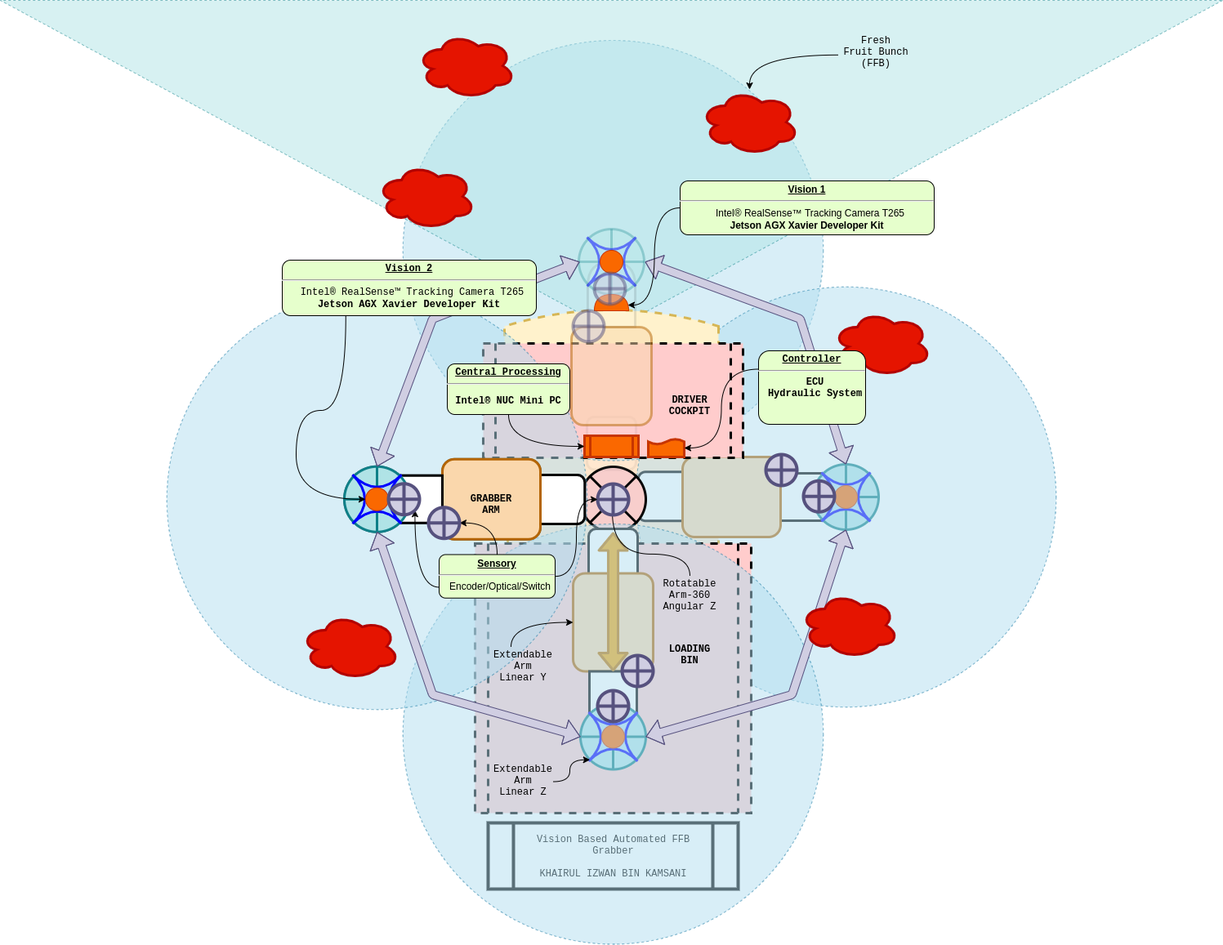
The draw.io diagram etc/AutomatedGrabber.png in KhairulIzwan/UPM-SDPR, before a commit. Source tidied: cells renumbered, new cells last; positions are measured from the earlier drawing's top-left corner, leaving out a move shared by most shapes.
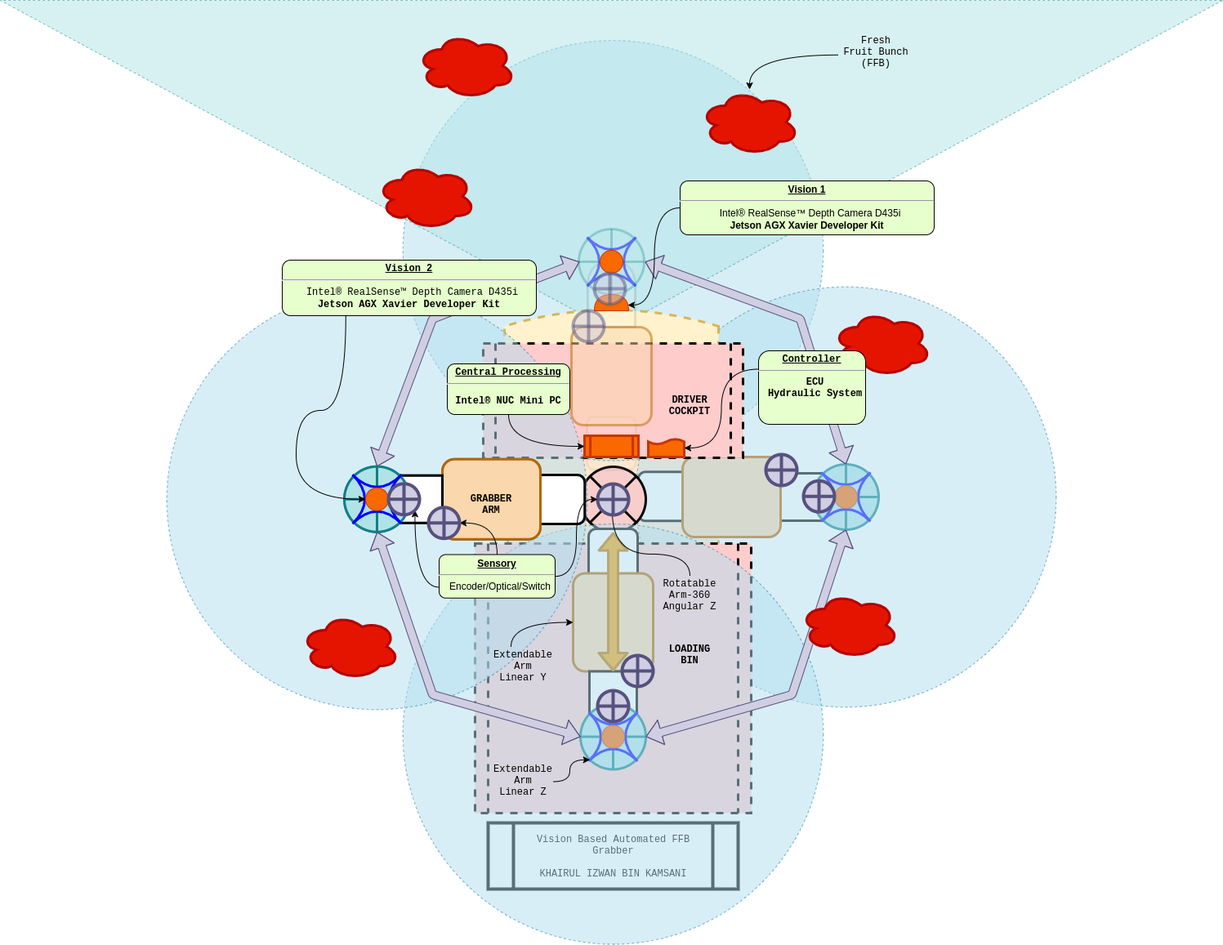
The same diagram one commit later.

The edit, as a diff of the source:
```diff
@@ -265,7 +265,7 @@
     <mxCell id="82" style="edgeStyle=orthogonalEdgeStyle;curved=1;jettySize=auto;html=1;exitX=0;exitY=0.5;exitDx=0;exitDy=0;entryX=0.35;entryY=0.976;entryDx=0;entryDy=0;entryPerimeter=0;strokeColor=#000000;strokeWidth=1;" parent="1" edge="1" source="83" target="59">
       <mxGeometry relative="1" as="geometry" />
     </mxCell>
-    <mxCell id="83" value="&lt;p style=&quot;margin: 0px ; margin-top: 4px ; text-align: center ; text-decoration: underline&quot;&gt;&lt;strong&gt;Vision 1&lt;br&gt;&lt;/strong&gt;&lt;/p&gt;&lt;hr&gt;&lt;p style=&quot;margin: 0px ; margin-left: 8px&quot;&gt;&lt;span class=&quot;fl-heading-text&quot; style=&quot;letter-spacing: 0px ; background-color: transparent ; text-align: left ; box-sizing: border-box ; line-height: 16px ; outline: none ; font-weight: 500 ; display: inline&quot;&gt;&lt;font style=&quot;font-size: 12px&quot;&gt;&lt;a href=&quot;https://www.intelrealsense.com/tracking-camera-t265/&quot; title=&quot;Intel® RealSense™ Tracking Camera T265&quot; target=&quot;_self&quot; style=&quot;letter-spacing: inherit ; background-color: transparent ; text-align: left ; box-sizing: border-box ; line-height: 1 ; outline: none&quot;&gt;Intel® RealSense™ Tracking&amp;nbsp;Camera&amp;nbsp;T265&lt;/a&gt;&lt;/font&gt;&lt;/span&gt;&lt;/p&gt;&lt;span style=&quot;font-family: &amp;#34;dinwebpro&amp;#34; , &amp;#34;trebuchet&amp;#34; , &amp;#34;helvetica&amp;#34; , &amp;#34;arial&amp;#34; , sans-serif&quot;&gt;&lt;font style=&quot;font-size: 12px&quot;&gt;&lt;a href=&quot;https://developer.nvidia.com/EMBEDDED/jetson-agx-xavier-developer-kit&quot;&gt;Jetson AGX Xavier Developer Kit&lt;/a&gt;&lt;/font&gt;&lt;/span&gt;" style="verticalAlign=middle;align=center;overflow=fill;fontSize=12;fontFamily=Helvetica;html=1;rounded=1;fontStyle=1;strokeWidth=1;fillColor=#E6FFCC;" parent="1" vertex="1">
+    <mxCell id="83" value="&lt;p style=&quot;margin: 0px ; margin-top: 4px ; text-align: center ; text-decoration: underline&quot;&gt;&lt;strong&gt;Vision 1&lt;br&gt;&lt;/strong&gt;&lt;/p&gt;&lt;hr&gt;&lt;p style=&quot;margin: 0px ; margin-left: 8px&quot;&gt;&lt;span class=&quot;fl-heading-text&quot; style=&quot;letter-spacing: 0px ; background-color: transparent ; text-align: left ; box-sizing: border-box ; line-height: 16px ; outline: none ; font-weight: 500 ; display: inline&quot;&gt;&lt;font style=&quot;font-size: 12px&quot;&gt;&lt;span style=&quot;letter-spacing: inherit ; box-sizing: border-box ; line-height: 1&quot;&gt;&lt;a href=&quot;https://www.intelrealsense.com/depth-camera-d435i/&quot;&gt;Intel® RealSense™ Depth Camera D435i&lt;/a&gt;&lt;/span&gt;&lt;/font&gt;&lt;/span&gt;&lt;/p&gt;&lt;span style=&quot;font-family: &amp;#34;dinwebpro&amp;#34; , &amp;#34;trebuchet&amp;#34; , &amp;#34;helvetica&amp;#34; , &amp;#34;arial&amp;#34; , sans-serif&quot;&gt;&lt;font style=&quot;font-size: 12px&quot;&gt;&lt;a href=&quot;https://developer.nvidia.com/EMBEDDED/jetson-agx-xavier-developer-kit&quot;&gt;Jetson AGX Xavier Developer Kit&lt;/a&gt;&lt;/font&gt;&lt;/span&gt;" style="verticalAlign=middle;align=center;overflow=fill;fontSize=12;fontFamily=Helvetica;html=1;rounded=1;fontStyle=1;strokeWidth=1;fillColor=#E6FFCC;" parent="1" vertex="1">
       <mxGeometry x="832" y="221" width="311" height="66" as="geometry" />
     </mxCell>
     <mxCell id="84" style="shape=document;whiteSpace=wrap;html=1;boundedLbl=1;strokeWidth=3;direction=west;fillColor=#fa6800;strokeColor=#C73500;fontColor=#ffffff;" parent="1" vertex="1">
@@ -292,7 +292,7 @@
         </Array>
       </mxGeometry>
     </mxCell>
-    <mxCell id="90" value="&lt;p style=&quot;margin: 0px ; margin-top: 4px ; text-align: center ; text-decoration: underline&quot;&gt;&lt;strong&gt;Vision 2&lt;br&gt;&lt;/strong&gt;&lt;/p&gt;&lt;hr&gt;&lt;p style=&quot;margin: 0px ; margin-left: 8px&quot;&gt;&lt;span class=&quot;fl-heading-text&quot; style=&quot;letter-spacing: 0px ; background-color: transparent ; text-align: left ; box-sizing: border-box ; line-height: 16px ; outline: none ; font-weight: 500 ; display: inline&quot;&gt;&lt;font style=&quot;font-size: 12px&quot;&gt;&lt;a href=&quot;https://www.intelrealsense.com/tracking-camera-t265/&quot; title=&quot;Intel® RealSense™ Tracking Camera T265&quot; target=&quot;_self&quot; style=&quot;letter-spacing: inherit ; background-color: transparent ; text-align: left ; box-sizing: border-box ; line-height: 1 ; outline: none&quot;&gt;Intel® RealSense™ Tracking&amp;nbsp;Camera&amp;nbsp;T265&lt;/a&gt;&lt;/font&gt;&lt;/span&gt;&lt;/p&gt;&lt;span&gt;&lt;font style=&quot;font-size: 12px&quot;&gt;&lt;a href=&quot;https://developer.nvidia.com/EMBEDDED/jetson-agx-xavier-developer-kit&quot;&gt;Jetson AGX Xavier Developer Kit&lt;/a&gt;&lt;/font&gt;&lt;/span&gt;" style="verticalAlign=middle;align=center;overflow=fill;fontSize=12;fontFamily=Courier New;html=1;rounded=1;fontStyle=1;strokeWidth=1;fillColor=#E6FFCC;" parent="1" vertex="1">
+    <mxCell id="90" value="&lt;p style=&quot;margin: 0px ; margin-top: 4px ; text-align: center ; text-decoration: underline&quot;&gt;&lt;strong&gt;Vision 2&lt;br&gt;&lt;/strong&gt;&lt;/p&gt;&lt;hr&gt;&lt;p style=&quot;margin: 0px ; margin-left: 8px&quot;&gt;&lt;span class=&quot;fl-heading-text&quot; style=&quot;letter-spacing: 0px ; background-color: transparent ; text-align: left ; box-sizing: border-box ; line-height: 16px ; outline: none ; font-weight: 500 ; display: inline&quot;&gt;&lt;font style=&quot;font-size: 12px&quot;&gt;&lt;span style=&quot;letter-spacing: inherit ; box-sizing: border-box ; line-height: 1&quot;&gt;&lt;a href=&quot;https://www.intelrealsense.com/depth-camera-d435i/&quot;&gt;Intel® RealSense™ Depth Camera D435i&lt;/a&gt;&lt;/span&gt;&lt;/font&gt;&lt;/span&gt;&lt;/p&gt;&lt;span&gt;&lt;font style=&quot;font-size: 12px&quot;&gt;&lt;a href=&quot;https://developer.nvidia.com/EMBEDDED/jetson-agx-xavier-developer-kit&quot;&gt;Jetson AGX Xavier Developer Kit&lt;/a&gt;&lt;/font&gt;&lt;/span&gt;" style="verticalAlign=middle;align=center;overflow=fill;fontSize=12;fontFamily=Courier New;html=1;rounded=1;fontStyle=1;strokeWidth=1;fillColor=#E6FFCC;" parent="1" vertex="1">
       <mxGeometry x="345" y="318" width="311" height="68" as="geometry" />
     </mxCell>
     <mxCell id="91" style="shape=orEllipse;perimeter=ellipsePerimeter;whiteSpace=wrap;html=1;backgroundOutline=1;strokeWidth=4;fontFamily=Courier New;fillColor=#d0cee2;strokeColor=#56517e;" parent="1" vertex="1">
```
